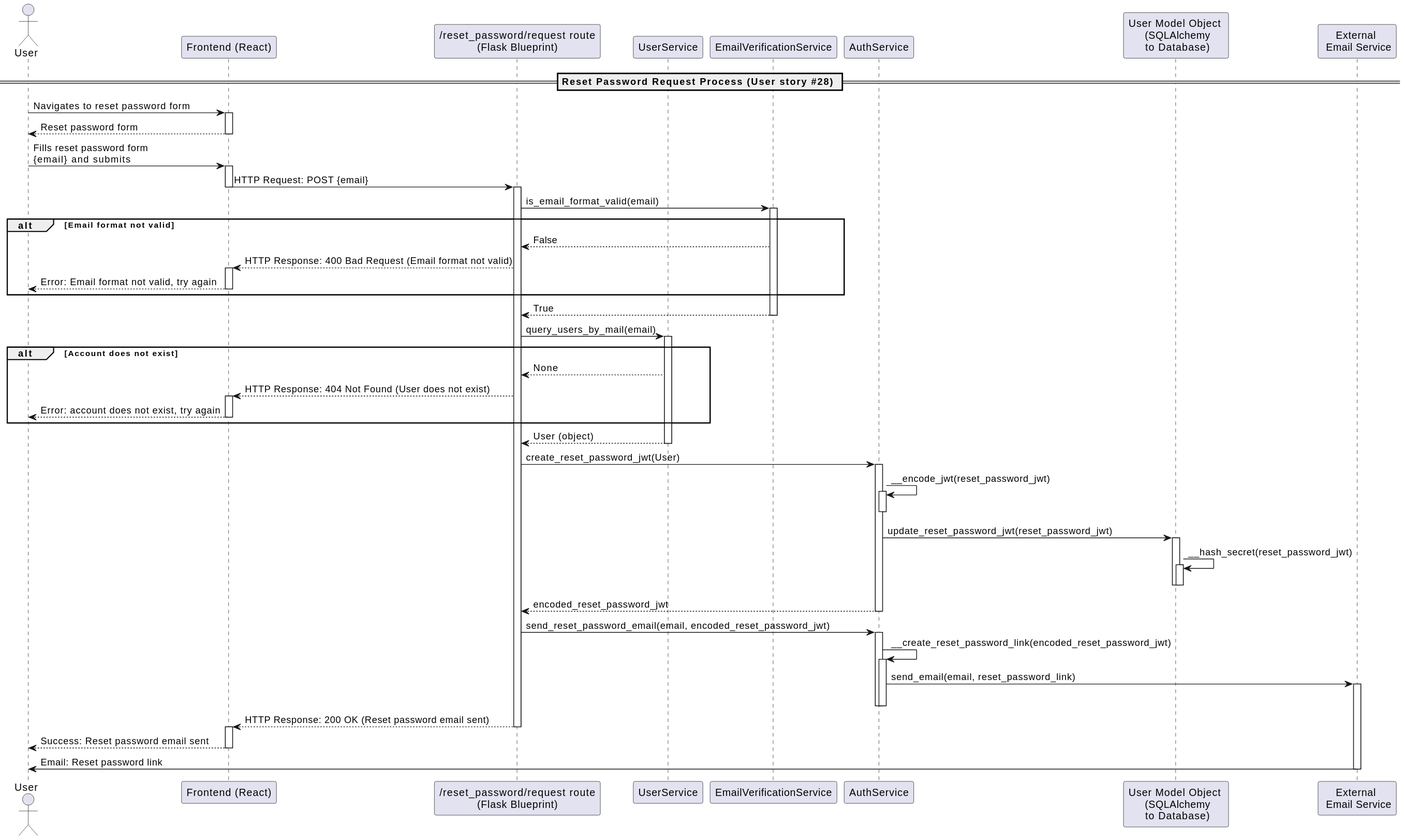
Above: docs/out/diagrams/uml/sequence/account_management/ResetPasswordRequestSequence.svg in dominikoetiker/TheMentalLoadHub (PlantUML), before the change. Its diagram source:
```plantuml
@startuml
actor "User" as User
participant "Frontend (React)" as FE
participant "/reset_password/request route\n(Flask Blueprint)" as RRR
participant "UserService" as US
participant "EmailVerificationService" as ES
participant "AuthService" as AS
participant "User Model Object \n (SQLAlchemy\n to Database)" as UM
participant "External \n Email Service" as Mail

== Reset Password Request Process (User story #28) ==
User -> FE : Navigates to reset password form
activate FE
User <-- FE : Reset password form
deactivate FE
User -> FE : Fills reset password form\n{email} and submits
activate FE
FE -> RRR : HTTP Request: POST {email}
deactivate FE
activate RRR
RRR -> ES : is_email_format_valid(email)
activate ES
alt Email format not valid
    RRR <-- ES : False
    FE <-- RRR : HTTP Response: 400 Bad Request (Email format not valid)
    activate FE
    User <-- FE : Error: Email format not valid, try again
    deactivate FE
end
RRR <-- ES : True
deactivate ES
RRR -> US : query_users_by_mail(email)
activate US
alt Account does not exist
    RRR <-- US : None
    FE <-- RRR : HTTP Response: 404 Not Found (User does not exist)
    activate FE
    User <-- FE : Error: account does not exist, try again
    deactivate FE
end
RRR <-- US : User (object)
deactivate US
RRR -> AS : create_reset_password_jwt(User)
activate AS
AS -> AS : __encode_jwt(reset_password_jwt)
activate AS
deactivate AS
AS -> UM : update_reset_password_jwt(reset_password_jwt)
activate UM
UM -> UM : __hash_secret(reset_password_jwt)
activate UM
deactivate UM
deactivate UM
RRR <-- AS : encoded_reset_password_jwt
deactivate AS
RRR -> AS : send_reset_password_email(email, encoded_reset_password_jwt)
activate AS
AS -> AS : __create_reset_password_link(encoded_reset_password_jwt)
activate AS
AS -> Mail : send_email(email, reset_password_link)
activate Mail
deactivate AS
deactivate AS
FE <-- RRR : HTTP Response: 200 OK (Reset password email sent)
deactivate RRR
activate FE
User <-- FE : Success: Reset password email sent
deactivate FE
deactivate RRR
User <- Mail : Email: Reset password link
deactivate Mail
@enduml
```
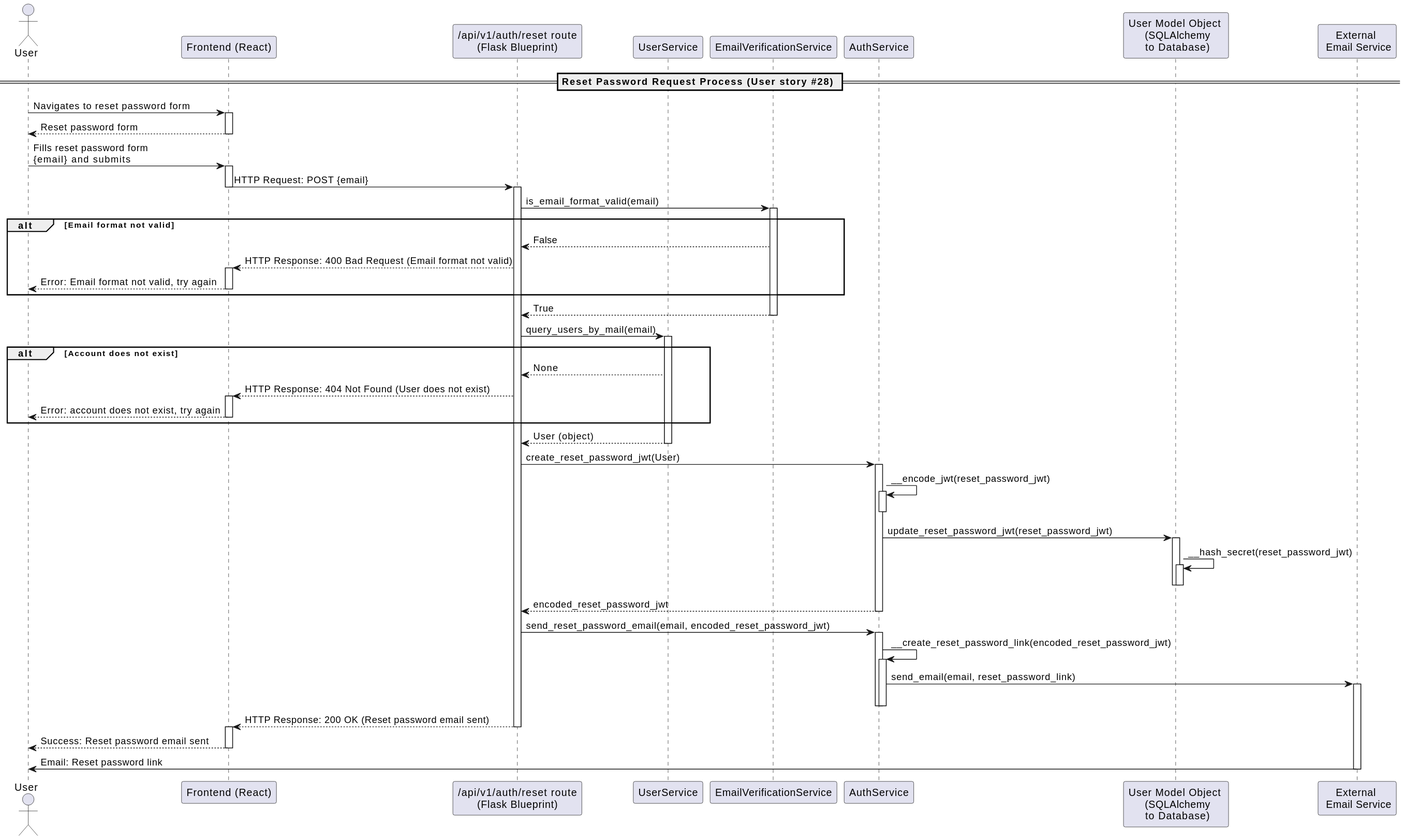
Above is the later version.

The edit, as a diff of the source:
```diff
@@ -1,7 +1,7 @@
 @startuml
 actor "User" as User
 participant "Frontend (React)" as FE
-participant "/reset_password/request route\n(Flask Blueprint)" as RRR
+participant "/api/v1/auth/reset route\n(Flask Blueprint)" as ARsR
 participant "UserService" as US
 participant "EmailVerificationService" as ES
 participant "AuthService" as AS
@@ -15,32 +15,32 @@
 deactivate FE
 User -> FE : Fills reset password form\n{email} and submits
 activate FE
-FE -> RRR : HTTP Request: POST {email}
+FE -> ARsR : HTTP Request: POST {email}
 deactivate FE
-activate RRR
-RRR -> ES : is_email_format_valid(email)
+activate ARsR
+ARsR -> ES : is_email_format_valid(email)
 activate ES
 alt Email format not valid
-    RRR <-- ES : False
-    FE <-- RRR : HTTP Response: 400 Bad Request (Email format not valid)
+    ARsR <-- ES : False
+    FE <-- ARsR : HTTP Response: 400 Bad Request (Email format not valid)
     activate FE
     User <-- FE : Error: Email format not valid, try again
     deactivate FE
 end
-RRR <-- ES : True
+ARsR <-- ES : True
 deactivate ES
-RRR -> US : query_users_by_mail(email)
+ARsR -> US : query_users_by_mail(email)
 activate US
 alt Account does not exist
-    RRR <-- US : None
-    FE <-- RRR : HTTP Response: 404 Not Found (User does not exist)
+    ARsR <-- US : None
+    FE <-- ARsR : HTTP Response: 404 Not Found (User does not exist)
     activate FE
     User <-- FE : Error: account does not exist, try again
     deactivate FE
 end
-RRR <-- US : User (object)
+ARsR <-- US : User (object)
 deactivate US
-RRR -> AS : create_reset_password_jwt(User)
+ARsR -> AS : create_reset_password_jwt(User)
 activate AS
 AS -> AS : __encode_jwt(reset_password_jwt)
 activate AS
@@ -51,9 +51,9 @@
 activate UM
 deactivate UM
 deactivate UM
-RRR <-- AS : encoded_reset_password_jwt
+ARsR <-- AS : encoded_reset_password_jwt
 deactivate AS
-RRR -> AS : send_reset_password_email(email, encoded_reset_password_jwt)
+ARsR -> AS : send_reset_password_email(email, encoded_reset_password_jwt)
 activate AS
 AS -> AS : __create_reset_password_link(encoded_reset_password_jwt)
 activate AS
@@ -61,12 +61,12 @@
 activate Mail
 deactivate AS
 deactivate AS
-FE <-- RRR : HTTP Response: 200 OK (Reset password email sent)
-deactivate RRR
+FE <-- ARsR : HTTP Response: 200 OK (Reset password email sent)
+deactivate ARsR
 activate FE
 User <-- FE : Success: Reset password email sent
 deactivate FE
-deactivate RRR
+deactivate ARsR
 User <- Mail : Email: Reset password link
 deactivate Mail
 @enduml
```
